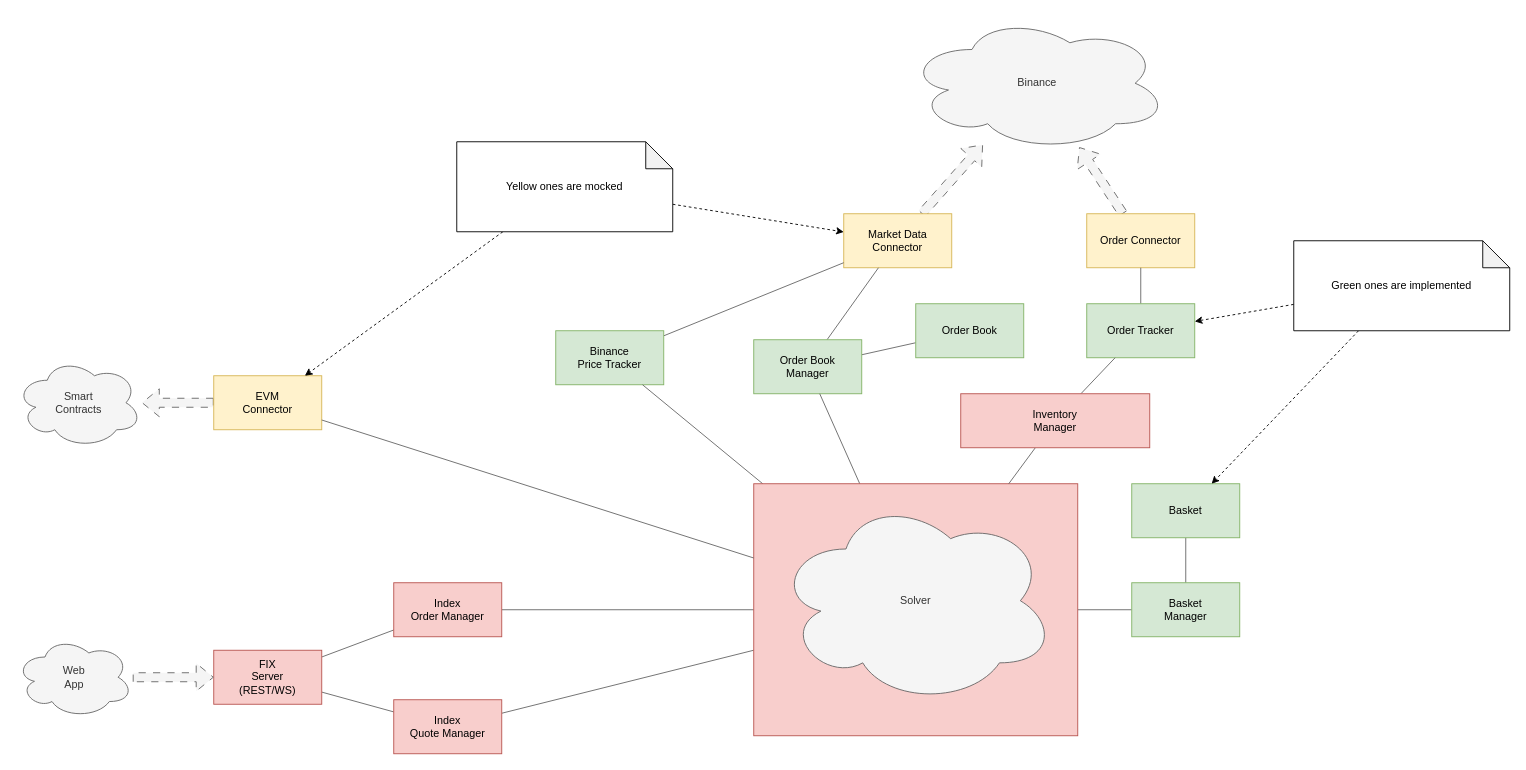
The draw.io diagram docs/solver-components_progress.drawio in IndexMaker/index-maker, before the edit. Source tidied: cells renumbered, new cells numbered last; positions are measured from the earlier drawing's top-left corner, leaving out a move shared by most shapes. Both pictures are drawn from the tidied source at 90%, with x=0, y=0 at pixel (15, 15).
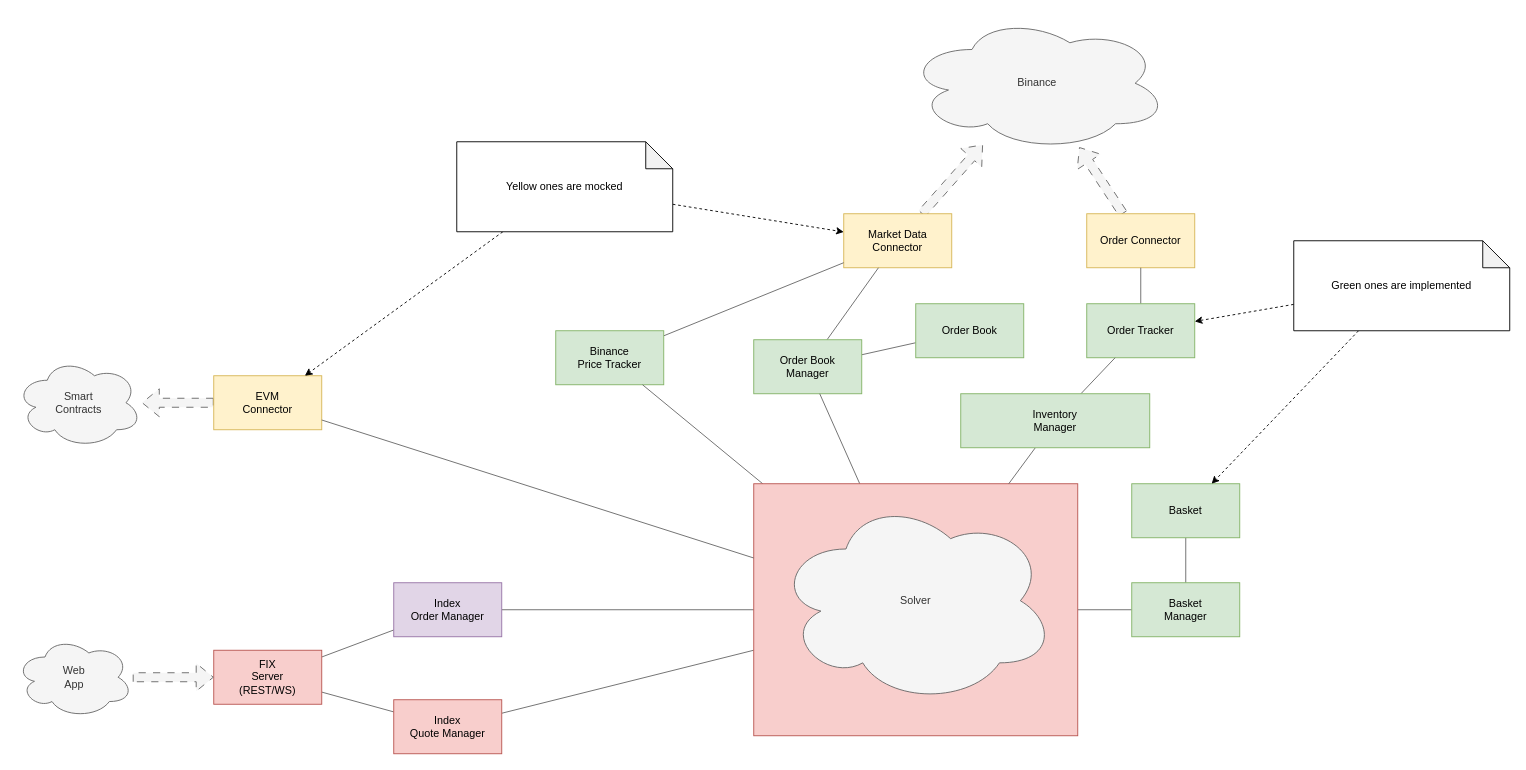
The same page after the edit.

Commit message (it also covers changes not shown here):
Added mapping from inventory lots to batch lots

The edit, as a diff of the source:
```diff
@@
-    <mxCell id="25" value="&lt;div&gt;Index&lt;/div&gt;&lt;div&gt;Order Manager&lt;/div&gt;" style="rounded=0;whiteSpace=wrap;html=1;fillColor=#f8cecc;strokeColor=#b85450;" parent="1" vertex="1">
+    <mxCell id="25" value="&lt;div&gt;Index&lt;/div&gt;&lt;div&gt;Order Manager&lt;/div&gt;" style="rounded=0;whiteSpace=wrap;html=1;fillColor=#e1d5e7;strokeColor=#9673a6;" parent="1" vertex="1">
       <mxGeometry x="420" y="630" width="120" height="60" as="geometry" />
     </mxCell>
@@
-    <mxCell id="37" value="&lt;div&gt;Inventory&lt;/div&gt;&lt;div&gt;Manager&lt;/div&gt;" style="rounded=0;whiteSpace=wrap;html=1;fillColor=#f8cecc;strokeColor=#b85450;" parent="1" vertex="1">
+    <mxCell id="37" value="&lt;div&gt;Inventory&lt;/div&gt;&lt;div&gt;Manager&lt;/div&gt;" style="rounded=0;whiteSpace=wrap;html=1;fillColor=#d5e8d4;strokeColor=#82b366;" parent="1" vertex="1">
       <mxGeometry x="1050" y="420" width="210" height="60" as="geometry" />
     </mxCell>
```
